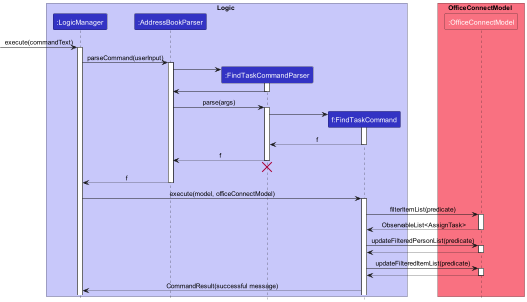
nus-cs2103-AY2223S2/tp keeps this PlantUML diagram as docs/images/FindTaskSequenceDiagram.png. Above is the earlier version.
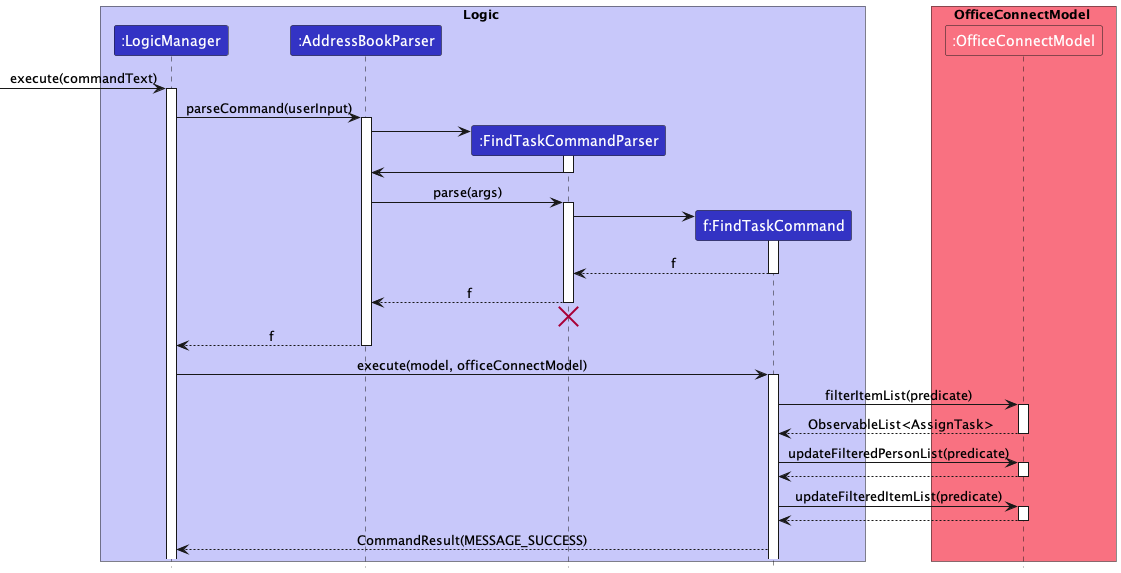
After the commit.

What changed in the source:
```diff
@@ -65,6 +65,6 @@
 OfficeConnectModel --> FindTaskCommand
 deactivate OfficeConnectModel
 
-FindTaskCommand --> LogicManager: CommandResult(successful message)
+FindTaskCommand --> LogicManager: CommandResult(MESSAGE_SUCCESS)
 
 @enduml
```
